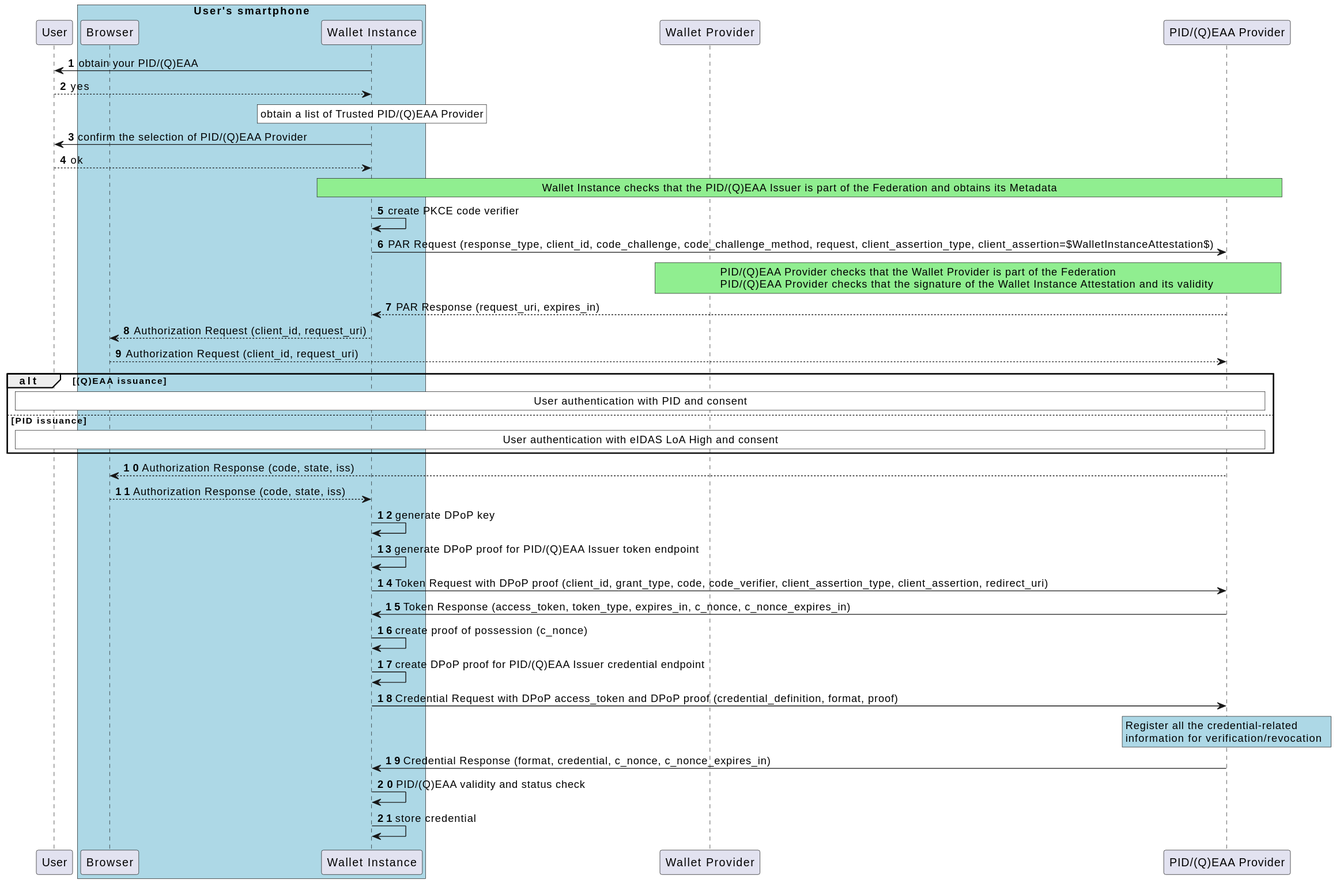
Before: images/Low-Level-Flow-ITWallet-PID-QEAA-Issuance.svg, a diagram exported from PlantUML (italia/eudi-wallet-it-docs).
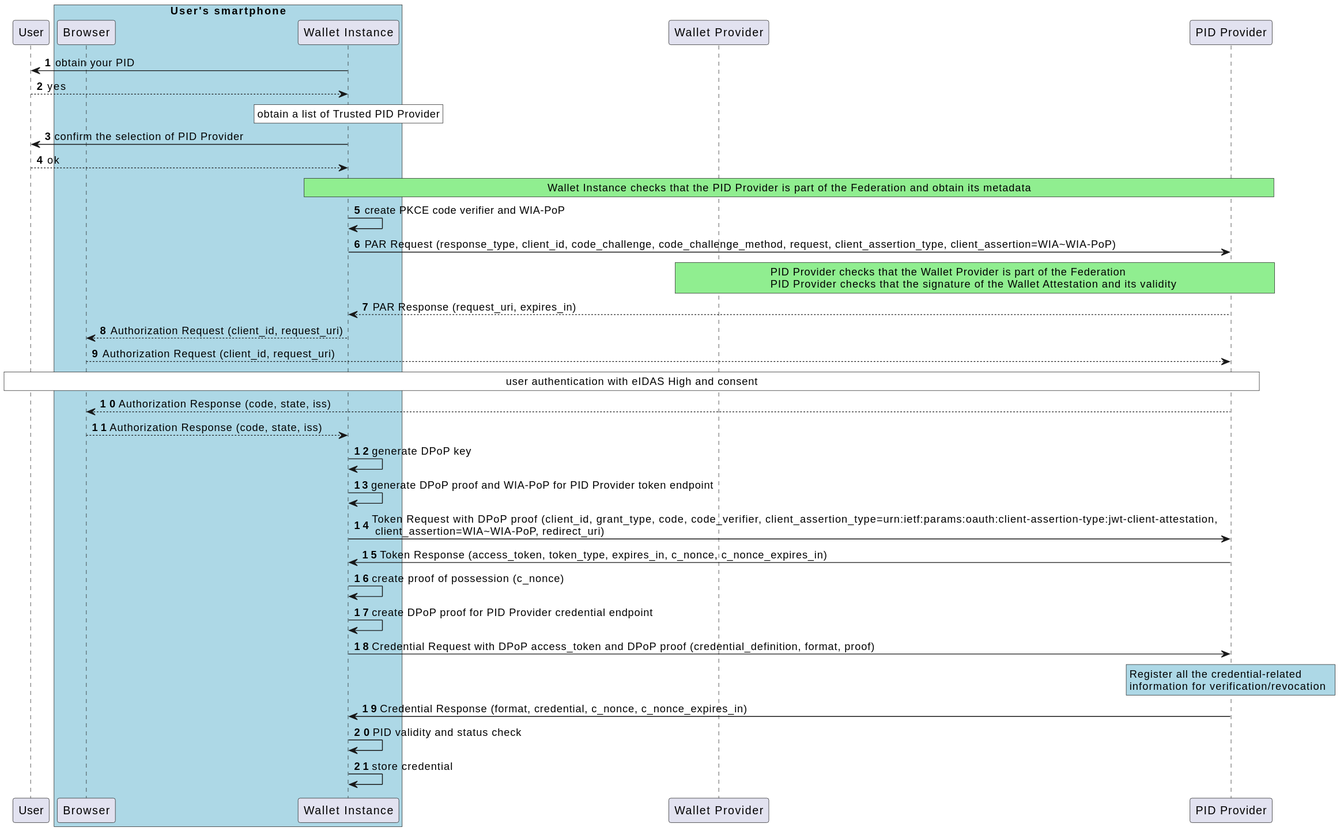
The same diagram one commit later.

Commit message:
feat: added attestation-based client auth

What changed in the source:
```diff
@@ -10,31 +10,31 @@
 
 participant "Wallet Provider" as b
 
-participant "PID/(Q)EAA Provider" as i
+participant "PID Provider" as i
 
 
 
-w -> u: obtain your PID/(Q)EAA
+w -> u: obtain your PID
 u --> w: yes
 
 rnote over w #WHITE
-obtain a list of Trusted PID/(Q)EAA Provider
+obtain a list of Trusted PID Provider
 endrnote
 
-w->u: confirm the selection of PID/(Q)EAA Provider
+w->u: confirm the selection of PID Provider
 
 u-->w: ok
 
 rnote over w,i #LIGHTGREEN
-Wallet Instance checks that the PID/(Q)EAA Issuer is part of the Federation and obtains its Metadata
+Wallet Instance checks that the PID Provider is part of the Federation and obtain its metadata
 endrnote
 
-w -> w : create PKCE code verifier
+w -> w : create PKCE code verifier and WIA-PoP
 
-w -> i : PAR Request (response_type, client_id, code_challenge, code_challenge_method, request, client_assertion_type, client_assertion=$WalletInstanceAttestation$)
+w -> i : PAR Request (response_type, client_id, code_challenge, code_challenge_method, request, client_assertion_type, client_assertion=WIA~WIA-PoP)
 rnote over i,b #LIGHTGREEN
-PID/(Q)EAA Provider checks that the Wallet Provider is part of the Federation
-PID/(Q)EAA Provider checks that the signature of the Wallet Instance Attestation and its validity
+PID Provider checks that the Wallet Provider is part of the Federation
+PID Provider checks that the signature of the Wallet Attestation and its validity
 endrnote
 
 
@@ -44,31 +44,27 @@
 w --> ua: Authorization Request (client_id, request_uri)
 ua --> i: Authorization Request (client_id, request_uri)
 
-alt (Q)EAA issuance
+
 rnote over i,u #WHITE
-User authentication with PID and consent
+user authentication with eIDAS High and consent
 endrnote
-else PID issuance
-rnote over i,u #WHITE
-User authentication with eIDAS LoA High and consent
-endrnote
-end
+
 
 i --> ua : Authorization Response (code, state, iss)
 ua --> w : Authorization Response (code, state, iss)
 
 w -> w : generate DPoP key
 
-w -> w : generate DPoP proof for PID/(Q)EAA Issuer  token endpoint
+w -> w : generate DPoP proof and WIA-PoP for PID Provider token endpoint
 
 
-w -> i : Token Request with DPoP proof (client_id, grant_type, code, code_verifier, client_assertion_type, client_assertion, redirect_uri)
+w -> i : Token Request with DPoP proof (client_id, grant_type, code, code_verifier, client_assertion_type=urn:ietf:params:oauth:client-assertion-type:jwt-client-attestation,\n client_assertion=WIA~WIA-PoP, redirect_uri)
 
 i -> w : Token Response (access_token, token_type, expires_in, c_nonce, c_nonce_expires_in)
 
 w -> w : create proof of possession (c_nonce)
 
-w  -> w : create DPoP proof for PID/(Q)EAA Issuer credential endpoint
+w  -> w : create DPoP proof for PID Provider credential endpoint
 
 w -> i : Credential Request with DPoP access_token and DPoP proof (credential_definition, format, proof)
 rnote over i #LIGHTBLUE
@@ -78,7 +74,7 @@
 
 i -> w : Credential Response (format, credential, c_nonce, c_nonce_expires_in)
 
-w -> w : PID/(Q)EAA validity and status check
+w -> w : PID validity and status check
 
 w -> w : store credential
 @enduml
```
